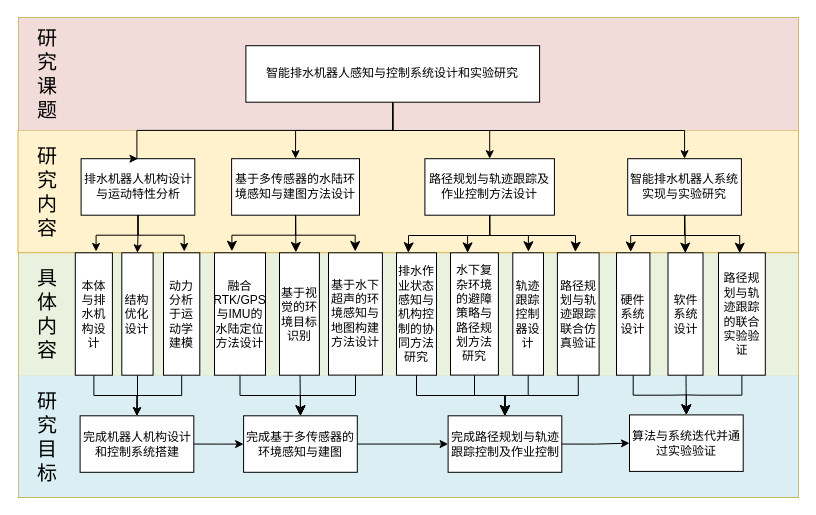
Before: lcy.drawio in lcy958756276-dev/my_llm_training, a draw.io diagram. Source tidied: cells renumbered, new cells numbered last; positions are measured from the earlier drawing's top-left corner, leaving out a move shared by most shapes. Both pictures are drawn from the tidied source at 100%, with x=0, y=0 at pixel (17, 17).
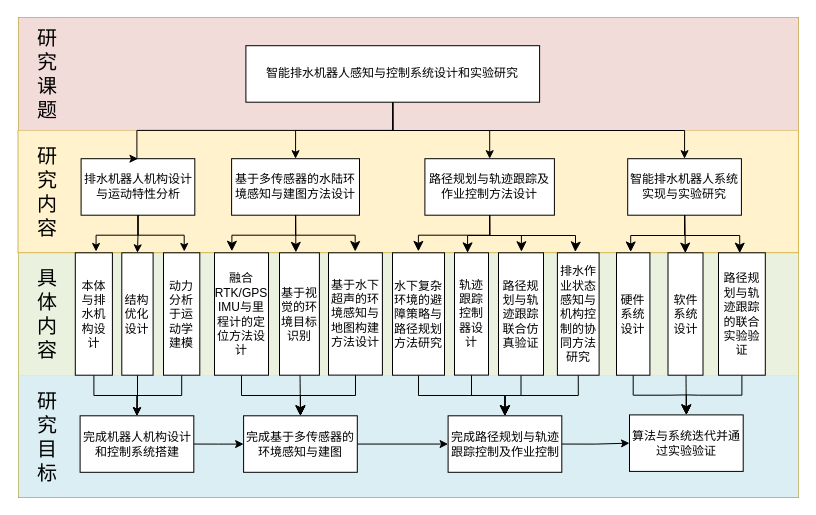
Above is the later version.

The change refers to these unchanged cells:
```xml
<mxCell id="2" style="group;fillColor=#e3c800;fontColor=#000000;strokeColor=#B09500;" parent="1" vertex="1">
  <mxGeometry x="1" width="780" height="480" as="geometry" />
</mxCell>
<mxCell id="5" style="rounded=0;whiteSpace=wrap;html=1;fillColor=#fff2cc;strokeColor=#d6b656;" parent="2" vertex="1">
  <mxGeometry x="-0.5" y="112.9" width="780.5" height="122.3" as="geometry" />
</mxCell>
<mxCell id="19" value="路径规划与轨迹跟踪及作业控制方法设计" style="rounded=0;whiteSpace=wrap;html=1;fontFamily=宋体;" parent="2" vertex="1">
  <mxGeometry x="406.4" y="141.2" width="129.5" height="56.5" as="geometry" />
</mxCell>
```

The edit, as a diff of the source:
```diff
@@
-    <mxCell id="18" style="edgeStyle=orthogonalEdgeStyle;rounded=0;jettySize=auto;html=1;entryX=0.5;entryY=1;entryDx=0;entryDy=0;fontSize=12;startSize=8;endSize=8;" parent="2" edge="1" source="19" target="5">
-      <mxGeometry relative="1" as="geometry">
-        <Array as="points">
-          <mxPoint x="471" y="218" />
-          <mxPoint x="390" y="218" />
-          <mxPoint x="390" y="230" />
-        </Array>
-      </mxGeometry>
-    </mxCell>
@@
-    <mxCell id="21" value="轨迹跟踪控制器设计" style="rounded=0;whiteSpace=wrap;html=1;fontFamily=宋体;" parent="2" vertex="1">
-      <mxGeometry x="494.3" y="235.3" width="30.7" height="122.4" as="geometry" />
+    <mxCell id="21" value="路径规划与轨迹跟踪联合仿真验证" style="rounded=0;whiteSpace=wrap;html=1;fontFamily=宋体;" parent="2" vertex="1">
+      <mxGeometry x="480" y="235.3" width="45" height="122.4" as="geometry" />
     </mxCell>
@@
-    <mxCell id="23" value="&lt;div&gt;排水作业状态感知与机构控制的协同方法研究&lt;/div&gt;" style="rounded=0;whiteSpace=wrap;html=1;fontFamily=宋体;" parent="2" vertex="1">
-      <mxGeometry x="378" y="235.3" width="40" height="122.4" as="geometry" />
+    <mxCell id="23" value="水下复杂环境的避障策略与路径规划方法研究" style="rounded=0;whiteSpace=wrap;html=1;fontFamily=宋体;" parent="2" vertex="1">
+      <mxGeometry x="374" y="235.3" width="52" height="122.4" as="geometry" />
     </mxCell>
@@
-    <mxCell id="48" value="路径规划与轨迹跟踪联合仿真验证" style="rounded=0;whiteSpace=wrap;html=1;fontFamily=宋体;" parent="2" vertex="1">
+    <mxCell id="48" value="&lt;p class=&quot;MsoNormal&quot; style=&quot;text-indent:0cm;mso-char-indent-count:0&quot;&gt;排水作业状态感知与机构控制的协同方法研究&lt;span lang=&quot;EN-US&quot;&gt;&lt;/span&gt;&lt;/p&gt;" style="rounded=0;whiteSpace=wrap;html=1;fontFamily=宋体;" parent="2" vertex="1">
       <mxGeometry x="538.9" y="235.3" width="41.7" height="122.4" as="geometry" />
     </mxCell>
@@
-    <mxCell id="58" value="融合RTK/GPS与IMU的水陆定位方法设计" style="rounded=0;whiteSpace=wrap;html=1;fontFamily=宋体;" parent="2" vertex="1">
-      <mxGeometry x="196" y="235.3" width="51" height="122.4" as="geometry" />
+    <mxCell id="58" value="融合RTK/GPS&lt;div&gt;IMU与里程计的定位方法设计&lt;/div&gt;" style="rounded=0;whiteSpace=wrap;html=1;fontFamily=宋体;" parent="2" vertex="1">
+      <mxGeometry x="196" y="235.3" width="54" height="122.4" as="geometry" />
     </mxCell>
@@
-    <mxCell id="63" style="edgeStyle=orthogonalEdgeStyle;rounded=0;jettySize=auto;html=1;entryX=0.654;entryY=0.992;entryDx=0;entryDy=0;entryPerimeter=0;fontSize=12;startSize=8;endSize=8;exitX=0.5;exitY=1;exitDx=0;exitDy=0;" parent="2" edge="1" source="19" target="5">
-      <mxGeometry relative="1" as="geometry">
-        <Array as="points">
-          <mxPoint x="471" y="218" />
-          <mxPoint x="510" y="218" />
-        </Array>
-      </mxGeometry>
-    </mxCell>
+    <mxCell id="66" style="edgeStyle=orthogonalEdgeStyle;rounded=0;jettySize=auto;html=1;entryX=0.513;entryY=0.989;entryDx=0;entryDy=0;entryPerimeter=0;fontSize=12;startSize=8;endSize=8;exitX=0.5;exitY=1;exitDx=0;exitDy=0;" parent="2" edge="1" source="19" target="5">
+      <mxGeometry relative="1" as="geometry" />
+    </mxCell>
+    <mxCell id="67" style="edgeStyle=orthogonalEdgeStyle;rounded=0;jettySize=auto;html=1;entryX=0.645;entryY=0.992;entryDx=0;entryDy=0;entryPerimeter=0;fontSize=12;startSize=8;endSize=8;exitX=0.5;exitY=1;exitDx=0;exitDy=0;" parent="2" edge="1" source="19" target="5">
+      <mxGeometry relative="1" as="geometry">
+        <Array as="points">
+          <mxPoint x="471" y="218" />
+          <mxPoint x="503" y="218" />
+        </Array>
+      </mxGeometry>
+    </mxCell>
@@
-    <mxCell id="65" value="&lt;div&gt;水下复杂环境的避障策略与路径规划方法研究&lt;/div&gt;" style="rounded=0;whiteSpace=wrap;html=1;fontFamily=宋体;" parent="1" vertex="1">
-      <mxGeometry x="433" y="235.3" width="47.9" height="122.3" as="geometry" />
+    <mxCell id="65" value="轨迹跟踪控制器设计" style="rounded=0;whiteSpace=wrap;html=1;fontFamily=宋体;" parent="1" vertex="1">
+      <mxGeometry x="437" y="235.3" width="34" height="122.3" as="geometry" />
     </mxCell>
```
